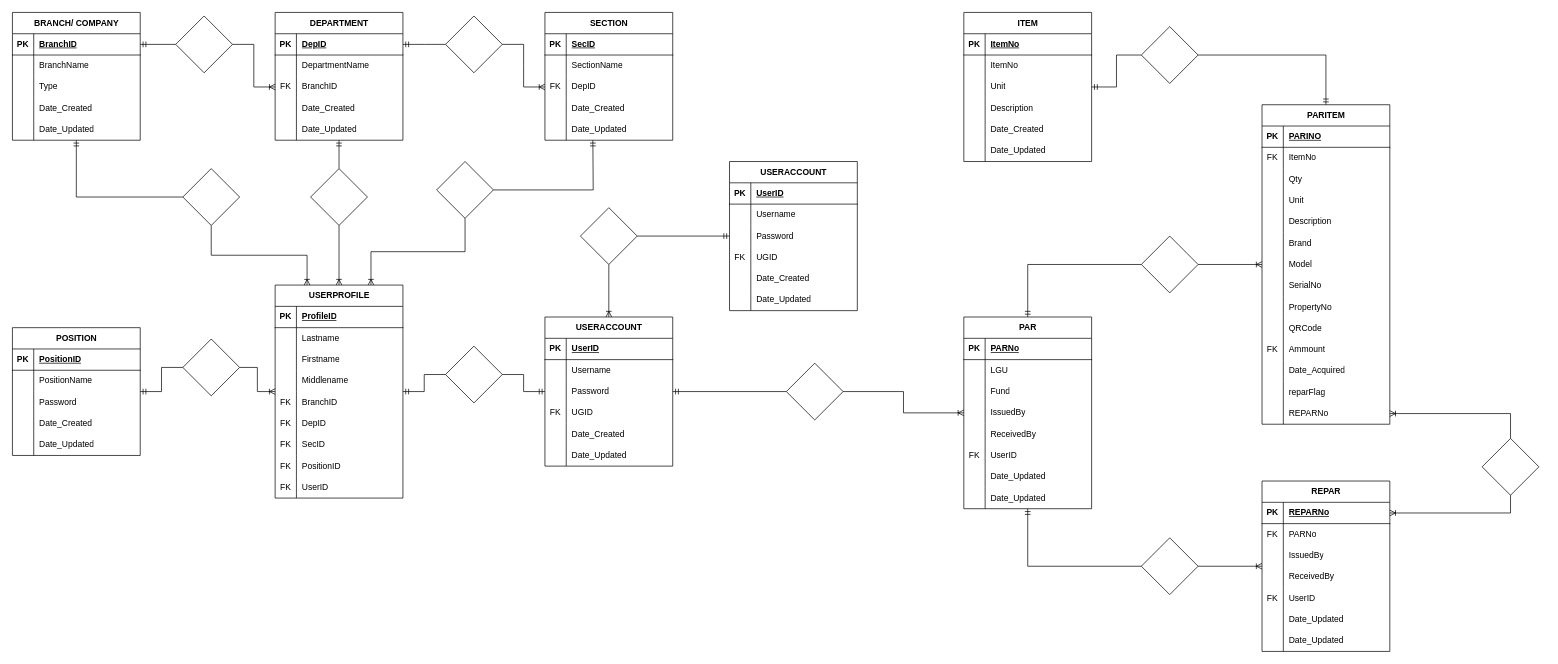
Above: page "ERD" (1 of 3) of DAVNORINV-Diagram.drawio in ediangca/DAVNORINV-Diagram (draw.io), before the change. Source tidied: cells renumbered, new cells numbered last; positions are measured from the earlier drawing's top-left corner, leaving out a move shared by most shapes. Both pictures are drawn from the tidied source at 71%, with x=0, y=0 at pixel (12, 12).
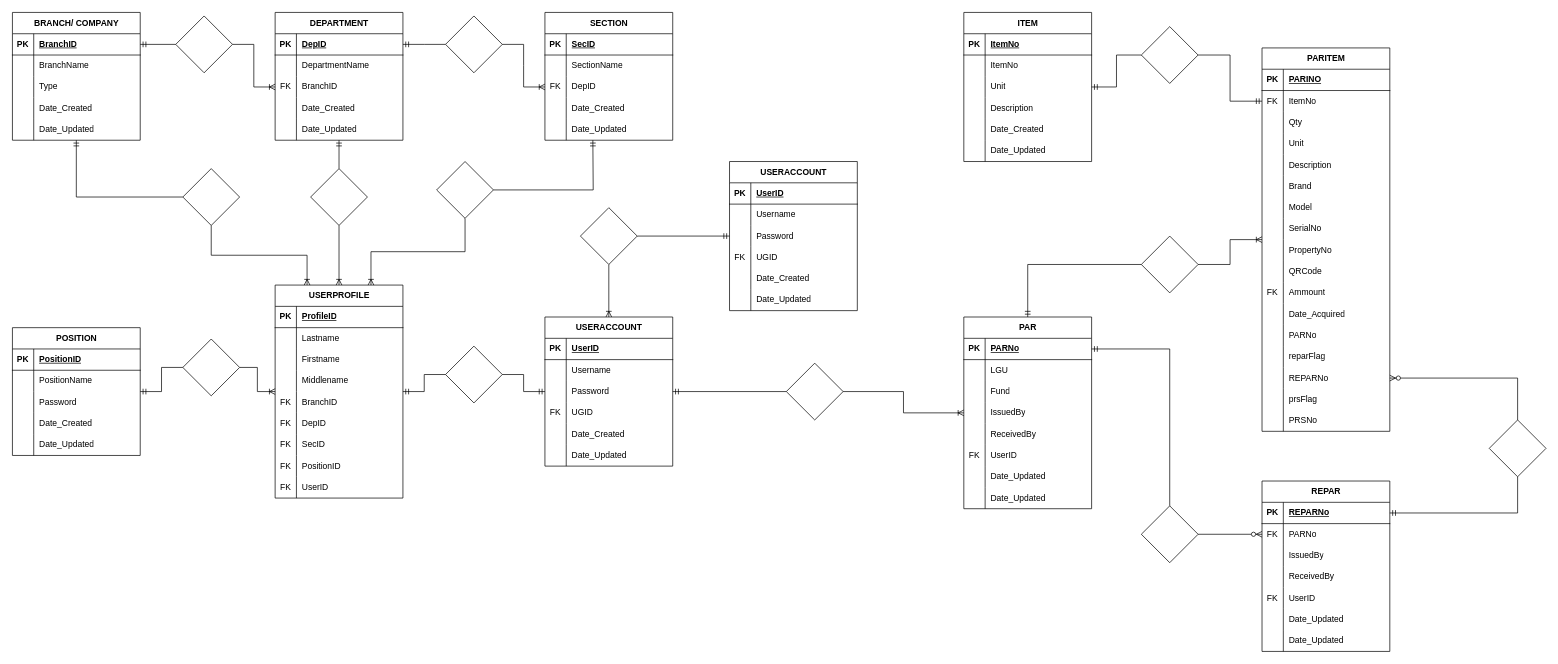
The same page after the edit.

Unchanged cells that the change refers to:
```xml
<mxCell id="156" value="PAR" style="shape=table;startSize=30;childLayout=tableLayout;rowLines=0;fontStyle=1;align=center;html=1;" parent="1" vertex="1">
  <mxGeometry x="1340" y="429" width="180" height="270" as="geometry" />
</mxCell>
<mxCell id="157" style="shape=tableRow;horizontal=0;startSize=0;swimlaneHead=0;swimlaneBody=0;fillColor=none;points=[[0,0.5],[1,0.5]];portConstraint=eastwest;top=0;left=0;right=0;bottom=1;" parent="156" vertex="1">
  <mxGeometry y="30" width="180" height="30" as="geometry" />
</mxCell>
<mxCell id="185" style="shape=tableRow;horizontal=0;startSize=0;swimlaneHead=0;swimlaneBody=0;fillColor=none;points=[[0,0.5],[1,0.5]];portConstraint=eastwest;top=0;left=0;right=0;bottom=0;" parent="181" vertex="1">
  <mxGeometry y="60" width="180" height="30" as="geometry" />
</mxCell>
<mxCell id="218" style="shape=tableRow;horizontal=0;startSize=0;swimlaneHead=0;swimlaneBody=0;fillColor=none;top=0;left=0;right=0;bottom=0;" parent="181" vertex="1">
  <mxGeometry y="390" width="180" height="30" as="geometry" />
</mxCell>
<mxCell id="221" style="shape=tableRow;horizontal=0;startSize=0;swimlaneHead=0;swimlaneBody=0;fillColor=none;points=[[0,0.5],[1,0.5]];portConstraint=eastwest;top=0;left=0;right=0;bottom=0;" parent="181" vertex="1">
  <mxGeometry y="420" width="180" height="30" as="geometry" />
</mxCell>
<mxCell id="249" style="rhombus;whiteSpace=wrap;html=1;startSize=30;fontStyle=1;" parent="1" vertex="1">
  <mxGeometry x="1590" y="20" width="80" height="80" as="geometry" />
</mxCell>
<mxCell id="252" value="REPAR" style="shape=table;startSize=30;childLayout=tableLayout;rowLines=0;fontStyle=1;align=center;html=1;" parent="1" vertex="1">
  <mxGeometry x="1760" y="660" width="180" height="240" as="geometry" />
</mxCell>
<mxCell id="253" style="shape=tableRow;horizontal=0;startSize=0;swimlaneHead=0;swimlaneBody=0;fillColor=none;points=[[0,0.5],[1,0.5]];portConstraint=eastwest;top=0;left=0;right=0;bottom=1;" parent="252" vertex="1">
  <mxGeometry y="30" width="180" height="30" as="geometry" />
</mxCell>
<mxCell id="256" style="shape=tableRow;horizontal=0;startSize=0;swimlaneHead=0;swimlaneBody=0;fillColor=none;points=[[0,0.5],[1,0.5]];portConstraint=eastwest;top=0;left=0;right=0;bottom=0;" parent="252" vertex="1">
  <mxGeometry y="60" width="180" height="30" as="geometry" />
</mxCell>
```

The edit, as a diff of the source:
```diff
@@
     <mxCell id="181" value="PARITEM" style="shape=table;startSize=30;childLayout=tableLayout;rowLines=0;fontStyle=1;align=center;html=1;" parent="1" vertex="1">
-      <mxGeometry x="1760" y="130" width="180" height="450" as="geometry" />
+      <mxGeometry x="1760" y="50" width="180" height="540" as="geometry" />
     </mxCell>
@@
-    <mxCell id="220" value="reparFlag" style="shape=partialRectangle;fillColor=none;top=0;left=0;bottom=0;right=0;align=left;spacingLeft=6;overflow=hidden;whiteSpace=wrap;html=1;" parent="218" vertex="1">
+    <mxCell id="220" value="PARNo" style="shape=partialRectangle;fillColor=none;top=0;left=0;bottom=0;right=0;align=left;spacingLeft=6;overflow=hidden;whiteSpace=wrap;html=1;" parent="218" vertex="1">
       <mxGeometry x="30" width="150" height="30" as="geometry" />
     </mxCell>
@@
-    <mxCell id="223" value="REPARNo" style="shape=partialRectangle;fillColor=none;top=0;left=0;bottom=0;right=0;align=left;spacingLeft=6;overflow=hidden;whiteSpace=wrap;html=1;" parent="221" vertex="1">
+    <mxCell id="223" value="reparFlag" style="shape=partialRectangle;fillColor=none;top=0;left=0;bottom=0;right=0;align=left;spacingLeft=6;overflow=hidden;whiteSpace=wrap;html=1;" parent="221" vertex="1">
       <mxGeometry x="30" width="150" height="30" as="geometry" />
     </mxCell>
+    <mxCell id="280" style="shape=tableRow;horizontal=0;startSize=0;swimlaneHead=0;swimlaneBody=0;fillColor=none;points=[[0,0.5],[1,0.5]];portConstraint=eastwest;top=0;left=0;right=0;bottom=0;" parent="181" vertex="1">
+      <mxGeometry y="450" width="180" height="30" as="geometry" />
+    </mxCell>
+    <mxCell id="281" style="shape=partialRectangle;fillColor=none;top=0;left=0;bottom=0;right=0;overflow=hidden;whiteSpace=wrap;html=1;" parent="280" vertex="1">
+      <mxGeometry width="30" height="30" as="geometry" />
+    </mxCell>
+    <mxCell id="282" value="REPARNo" style="shape=partialRectangle;fillColor=none;top=0;left=0;bottom=0;right=0;align=left;spacingLeft=6;overflow=hidden;whiteSpace=wrap;html=1;" parent="280" vertex="1">
+      <mxGeometry x="30" width="150" height="30" as="geometry" />
+    </mxCell>
+    <mxCell id="283" style="shape=tableRow;horizontal=0;startSize=0;swimlaneHead=0;swimlaneBody=0;fillColor=none;top=0;left=0;right=0;bottom=0;" parent="181" vertex="1">
+      <mxGeometry y="480" width="180" height="30" as="geometry" />
+    </mxCell>
+    <mxCell id="284" style="shape=partialRectangle;fillColor=none;top=0;left=0;bottom=0;right=0;overflow=hidden;whiteSpace=wrap;html=1;" parent="283" vertex="1">
+      <mxGeometry width="30" height="30" as="geometry" />
+    </mxCell>
+    <mxCell id="285" value="prsFlag" style="shape=partialRectangle;fillColor=none;top=0;left=0;bottom=0;right=0;align=left;spacingLeft=6;overflow=hidden;whiteSpace=wrap;html=1;" parent="283" vertex="1">
+      <mxGeometry x="30" width="150" height="30" as="geometry" />
+    </mxCell>
+    <mxCell id="286" style="shape=tableRow;horizontal=0;startSize=0;swimlaneHead=0;swimlaneBody=0;fillColor=none;top=0;left=0;right=0;bottom=0;" parent="181" vertex="1">
+      <mxGeometry y="510" width="180" height="30" as="geometry" />
+    </mxCell>
+    <mxCell id="287" style="shape=partialRectangle;fillColor=none;top=0;left=0;bottom=0;right=0;overflow=hidden;whiteSpace=wrap;html=1;" parent="286" vertex="1">
+      <mxGeometry width="30" height="30" as="geometry" />
+    </mxCell>
+    <mxCell id="288" value="PRSNo" style="shape=partialRectangle;fillColor=none;top=0;left=0;bottom=0;right=0;align=left;spacingLeft=6;overflow=hidden;whiteSpace=wrap;html=1;" parent="286" vertex="1">
+      <mxGeometry x="30" width="150" height="30" as="geometry" />
+    </mxCell>
@@
-    <mxCell id="251" style="edgeStyle=orthogonalEdgeStyle;fontSize=12;html=1;endArrow=ERmandOne;rounded=0;exitX=1;exitY=0.5;exitDx=0;exitDy=0;endFill=0;" parent="1" edge="1" source="249" target="181">
+    <mxCell id="251" style="edgeStyle=orthogonalEdgeStyle;fontSize=12;html=1;endArrow=ERmandOne;rounded=0;exitX=1;exitY=0.5;exitDx=0;exitDy=0;endFill=0;entryX=0;entryY=0.5;entryDx=0;entryDy=0;" parent="1" edge="1" source="249" target="185">
       <mxGeometry relative="1" as="geometry" />
     </mxCell>
@@
     <mxCell id="274" style="rhombus;whiteSpace=wrap;html=1;startSize=30;fontStyle=1;" parent="1" vertex="1">
-      <mxGeometry x="1590" y="740" width="80" height="80" as="geometry" />
+      <mxGeometry x="1590" y="695" width="80" height="80" as="geometry" />
     </mxCell>
-    <mxCell id="275" style="edgeStyle=orthogonalEdgeStyle;fontSize=12;html=1;endArrow=ERmandOne;rounded=0;exitX=0;exitY=0.5;exitDx=0;exitDy=0;endFill=0;" parent="1" edge="1" source="274" target="156">
+    <mxCell id="275" style="edgeStyle=orthogonalEdgeStyle;fontSize=12;html=1;endArrow=ERmandOne;rounded=0;exitX=0.5;exitY=0;exitDx=0;exitDy=0;endFill=0;entryX=1;entryY=0.5;entryDx=0;entryDy=0;" parent="1" edge="1" source="274" target="157">
       <mxGeometry relative="1" as="geometry" />
     </mxCell>
-    <mxCell id="276" style="edgeStyle=orthogonalEdgeStyle;fontSize=12;html=1;endArrow=ERoneToMany;rounded=0;exitX=1;exitY=0.5;exitDx=0;exitDy=0;endFill=0;" parent="1" edge="1" source="274" target="252">
-      <mxGeometry relative="1" as="geometry" />
-    </mxCell>
     <mxCell id="277" style="rhombus;whiteSpace=wrap;html=1;startSize=30;fontStyle=1;" parent="1" vertex="1">
-      <mxGeometry x="2070" y="600" width="80" height="80" as="geometry" />
+      <mxGeometry x="2080" y="574" width="80" height="80" as="geometry" />
     </mxCell>
-    <mxCell id="278" style="edgeStyle=orthogonalEdgeStyle;fontSize=12;html=1;endArrow=ERoneToMany;rounded=0;exitX=0.5;exitY=0;exitDx=0;exitDy=0;endFill=0;entryX=1;entryY=0.5;entryDx=0;entryDy=0;" parent="1" edge="1" source="277" target="221">
-      <mxGeometry relative="1" as="geometry" />
-    </mxCell>
+    <mxCell id="289" style="edgeStyle=orthogonalEdgeStyle;fontSize=12;html=1;endArrow=ERzeroToMany;endFill=1;rounded=0;exitX=1;exitY=0.5;exitDx=0;exitDy=0;entryX=0;entryY=0.5;entryDx=0;entryDy=0;" parent="1" edge="1" source="274" target="256">
+      <mxGeometry relative="1" as="geometry" />
+    </mxCell>
+    <mxCell id="290" style="edgeStyle=orthogonalEdgeStyle;fontSize=12;html=1;endArrow=ERzeroToMany;endFill=1;rounded=0;entryX=1;entryY=0.5;entryDx=0;entryDy=0;exitX=0.5;exitY=0;exitDx=0;exitDy=0;" parent="1" edge="1" source="277" target="280">
+      <mxGeometry relative="1" as="geometry" />
+    </mxCell>
-    <mxCell id="279" style="edgeStyle=orthogonalEdgeStyle;fontSize=12;html=1;endArrow=ERoneToMany;rounded=0;exitX=0.5;exitY=1;exitDx=0;exitDy=0;endFill=0;entryX=1;entryY=0.5;entryDx=0;entryDy=0;" parent="1" edge="1" source="277" target="253">
+    <mxCell id="279" style="edgeStyle=orthogonalEdgeStyle;fontSize=12;html=1;endArrow=ERmandOne;rounded=0;entryX=1;entryY=0.5;entryDx=0;entryDy=0;exitX=0.5;exitY=1;exitDx=0;exitDy=0;" parent="1" edge="1" source="277" target="253">
       <mxGeometry relative="1" as="geometry" />
     </mxCell>
```
